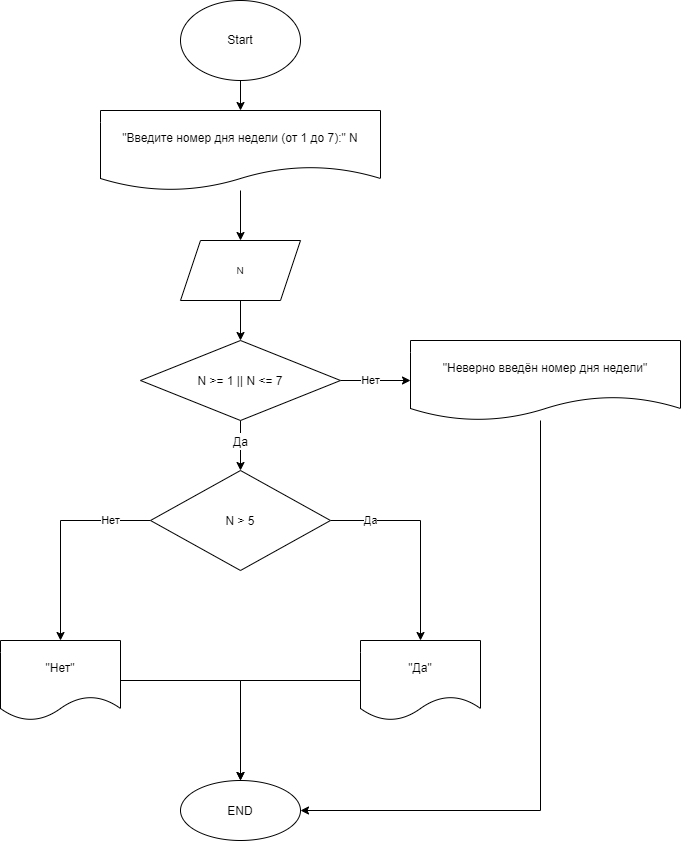
shenlindao/CSharp keeps this draw.io diagram as Homework/Homework_02/Ex015/diagram.drawio.png. Above is the earlier version. Source tidied: cells renumbered, new cells last; positions are measured from the earlier drawing's top-left corner, leaving out a move shared by most shapes.
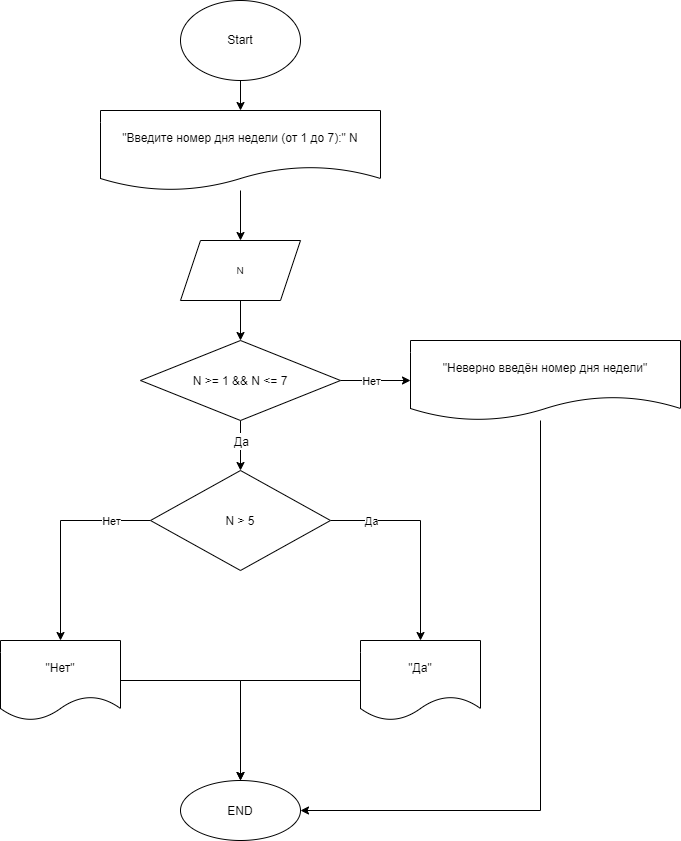
After the change.

Commit message:
Homework_02_Ex015_diagram_fix3

The edit, as a diff of the source:
```diff
@@ -31,7 +31,7 @@
     <mxCell id="9" value="&lt;span style=&quot;font-size: 12px;&quot;&gt;Да&lt;/span&gt;" style="edgeLabel;html=1;align=center;verticalAlign=middle;fontSize=14;" parent="8" vertex="1">
       <mxGeometry x="-0.19" relative="1" as="geometry" />
     </mxCell>
-    <mxCell id="10" value="&lt;font style=&quot;font-size: 12px;&quot;&gt;N &amp;gt;= 1 || N &amp;lt;= 7&lt;/font&gt;" style="rhombus;whiteSpace=wrap;html=1;fontSize=14;" parent="1" vertex="1">
+    <mxCell id="10" value="&lt;font style=&quot;font-size: 12px;&quot;&gt;N &amp;gt;= 1 &amp;amp;&amp;amp; N &amp;lt;= 7&lt;/font&gt;" style="rhombus;whiteSpace=wrap;html=1;fontSize=14;" parent="1" vertex="1">
       <mxGeometry x="140" y="340" width="200" height="80" as="geometry" />
     </mxCell>
     <mxCell id="11" style="edgeStyle=none;html=1;" parent="1" edge="1" source="12" target="13">
```
